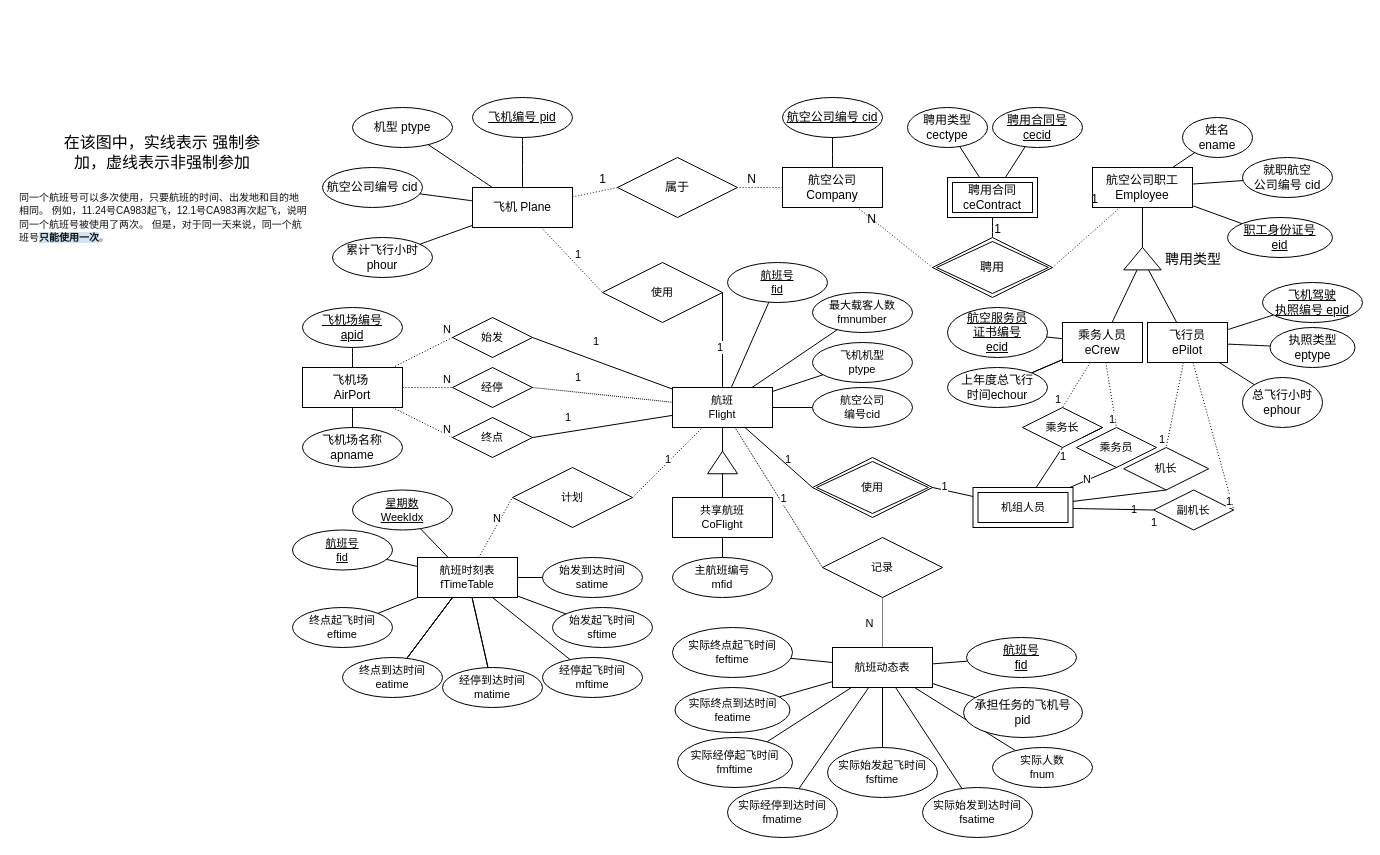
Above: dbhw04-map.drawio in MojoisMojo/Written-casually (draw.io), before the change. Source tidied: cells renumbered, new cells numbered last; positions are measured from the earlier drawing's top-left corner, leaving out a move shared by most shapes. Both pictures are drawn from the tidied source at 100%, with x=0, y=0 at pixel (17, 97).
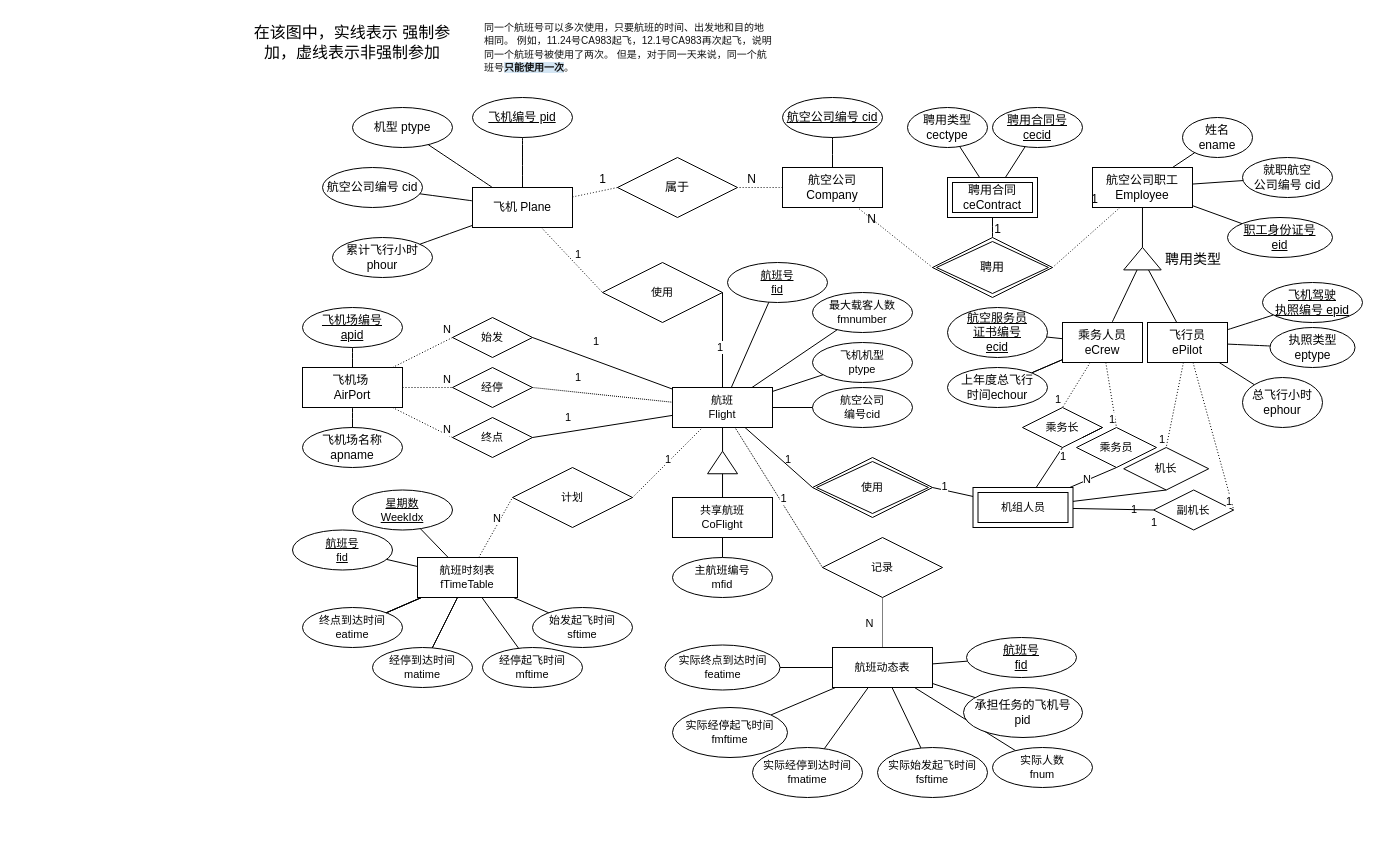
The same diagram, later.

The change refers to these unchanged cells:
```xml
<mxCell id="103" value="航班动态表" style="whiteSpace=wrap;html=1;align=center;fontFamily=Helvetica;fontSize=11;fontColor=default;labelBackgroundColor=default;" parent="1" vertex="1">
  <mxGeometry x="815" y="550" width="100" height="40" as="geometry" />
</mxCell>
```

Change to the diagram source:
```diff
@@
     <mxCell id="6" value="在该图中，实线表示 强制参加，虚线表示非强制参加" style="text;html=1;align=center;verticalAlign=middle;whiteSpace=wrap;rounded=0;fontSize=16;" parent="1" vertex="1">
-      <mxGeometry x="45" y="30" width="200" height="50" as="geometry" />
+      <mxGeometry x="235" y="-80" width="200" height="50" as="geometry" />
     </mxCell>
@@
     <mxCell id="66" value="&lt;font style=&quot;font-size: 10px;&quot;&gt;&lt;span style=&quot;color: rgb(17, 17, 17); font-family: &amp;quot;Microsoft YaHei&amp;quot;, Arial, Helvetica, sans-serif;&quot;&gt;同一个航班号可以多次使用，只要航班的时间、出发地和目的地相同。 例如，11.24号CA983起飞，12.1号CA983再次起飞，说明同一个航班号被使用了两次。 但是，对于同一天来说，同一个航班号&lt;/span&gt;&lt;span style=&quot;font-weight: 700; background-color: rgba(16, 110, 190, 0.18); color: rgb(17, 17, 17); font-family: &amp;quot;Microsoft YaHei&amp;quot;, Arial, Helvetica, sans-serif;&quot;&gt;只能使用一次&lt;/span&gt;&lt;span style=&quot;color: rgb(17, 17, 17); font-family: &amp;quot;Microsoft YaHei&amp;quot;, Arial, Helvetica, sans-serif;&quot;&gt;。&lt;/span&gt;&lt;/font&gt;" style="text;html=1;align=left;verticalAlign=middle;whiteSpace=wrap;rounded=0;fontFamily=Helvetica;fontSize=11;fontColor=default;labelBackgroundColor=default;" parent="1" vertex="1">
-      <mxGeometry y="90" width="290" height="60" as="geometry" />
+      <mxGeometry x="465" y="-80" width="290" height="60" as="geometry" />
     </mxCell>
@@
     <mxCell id="143" value="实际始发起飞时间&lt;div&gt;fsftime&lt;/div&gt;" style="ellipse;whiteSpace=wrap;html=1;align=center;fontFamily=Helvetica;fontSize=11;fontColor=default;labelBackgroundColor=default;" parent="1" vertex="1">
-      <mxGeometry x="810" y="650" width="110" height="50" as="geometry" />
+      <mxGeometry x="860" y="650" width="110" height="50" as="geometry" />
     </mxCell>
@@
     <mxCell id="145" value="实际经停起飞时间&lt;div&gt;fmftime&lt;/div&gt;" style="ellipse;whiteSpace=wrap;html=1;align=center;fontFamily=Helvetica;fontSize=11;fontColor=default;labelBackgroundColor=default;" parent="1" vertex="1">
-      <mxGeometry x="660" y="640" width="115" height="50" as="geometry" />
+      <mxGeometry x="655" y="610" width="115" height="50" as="geometry" />
     </mxCell>
@@
     <mxCell id="147" value="实际经停到达时间&lt;div&gt;fmatime&lt;/div&gt;" style="ellipse;whiteSpace=wrap;html=1;align=center;fontFamily=Helvetica;fontSize=11;fontColor=default;labelBackgroundColor=default;" parent="1" vertex="1">
-      <mxGeometry x="710" y="690" width="110" height="50" as="geometry" />
+      <mxGeometry x="735" y="650" width="110" height="50" as="geometry" />
     </mxCell>
-    <mxCell id="148" style="edgeStyle=none;rounded=0;jettySize=auto;html=1;strokeColor=default;align=center;verticalAlign=middle;fontFamily=Helvetica;fontSize=11;fontColor=default;labelBackgroundColor=default;endArrow=none;endFill=0;" parent="1" edge="1" source="149" target="103">
-      <mxGeometry relative="1" as="geometry" />
-    </mxCell>
-    <mxCell id="149" value="实际终点起飞时间&lt;div&gt;feftime&lt;/div&gt;" style="ellipse;whiteSpace=wrap;html=1;align=center;fontFamily=Helvetica;fontSize=11;fontColor=default;labelBackgroundColor=default;" parent="1" vertex="1">
-      <mxGeometry x="655" y="530" width="120" height="50" as="geometry" />
-    </mxCell>
@@
     <mxCell id="151" value="实际终点到达时间&lt;div&gt;featime&lt;/div&gt;" style="ellipse;whiteSpace=wrap;html=1;align=center;fontFamily=Helvetica;fontSize=11;fontColor=default;labelBackgroundColor=default;" parent="1" vertex="1">
-      <mxGeometry x="657.5" y="590" width="115" height="45" as="geometry" />
+      <mxGeometry x="647.5" y="547.5" width="115" height="45" as="geometry" />
     </mxCell>
-    <mxCell id="152" style="edgeStyle=none;rounded=0;jettySize=auto;html=1;strokeColor=default;align=center;verticalAlign=middle;fontFamily=Helvetica;fontSize=11;fontColor=default;labelBackgroundColor=default;endArrow=none;endFill=0;" parent="1" edge="1" source="153" target="103">
-      <mxGeometry relative="1" as="geometry" />
-    </mxCell>
-    <mxCell id="153" value="实际始发到达时间&lt;div&gt;fsatime&lt;/div&gt;" style="ellipse;whiteSpace=wrap;html=1;align=center;fontFamily=Helvetica;fontSize=11;fontColor=default;labelBackgroundColor=default;" parent="1" vertex="1">
-      <mxGeometry x="905" y="690" width="110" height="50" as="geometry" />
-    </mxCell>
@@
-    <mxCell id="164" style="group;" parent="1" vertex="1">
-      <mxGeometry x="275" y="392.5" width="360" height="217.5" as="geometry" />
-    </mxCell>
+    <mxCell id="185" style="group;" parent="1" vertex="1">
+      <mxGeometry x="275" y="392.5" width="340" height="197.5" as="geometry" />
+    </mxCell>
-    <mxCell id="165" value="航班时刻表fTimeTable" style="whiteSpace=wrap;html=1;align=center;fontFamily=Helvetica;fontSize=11;fontColor=default;labelBackgroundColor=default;" parent="164" vertex="1">
+    <mxCell id="165" value="航班时刻表fTimeTable" style="whiteSpace=wrap;html=1;align=center;fontFamily=Helvetica;fontSize=11;fontColor=default;labelBackgroundColor=default;" parent="185" vertex="1">
       <mxGeometry x="125" y="67.5" width="100" height="40" as="geometry" />
     </mxCell>
-    <mxCell id="166" value="星期数&lt;div&gt;WeekIdx&lt;/div&gt;" style="ellipse;whiteSpace=wrap;html=1;align=center;fontStyle=4;fontFamily=Helvetica;fontSize=11;fontColor=default;labelBackgroundColor=default;" parent="164" vertex="1">
+    <mxCell id="166" value="星期数&lt;div&gt;WeekIdx&lt;/div&gt;" style="ellipse;whiteSpace=wrap;html=1;align=center;fontStyle=4;fontFamily=Helvetica;fontSize=11;fontColor=default;labelBackgroundColor=default;" parent="185" vertex="1">
       <mxGeometry x="60" width="100" height="40" as="geometry" />
     </mxCell>
-    <mxCell id="167" value="航班号&lt;div&gt;fid&lt;/div&gt;" style="ellipse;whiteSpace=wrap;html=1;align=center;fontStyle=4;fontFamily=Helvetica;fontSize=11;fontColor=default;labelBackgroundColor=default;" parent="164" vertex="1">
+    <mxCell id="167" value="航班号&lt;div&gt;fid&lt;/div&gt;" style="ellipse;whiteSpace=wrap;html=1;align=center;fontStyle=4;fontFamily=Helvetica;fontSize=11;fontColor=default;labelBackgroundColor=default;" parent="185" vertex="1">
       <mxGeometry y="40" width="100" height="40" as="geometry" />
     </mxCell>
-    <mxCell id="168" value="始发起飞时间&lt;div&gt;sftime&lt;/div&gt;" style="ellipse;whiteSpace=wrap;html=1;align=center;fontFamily=Helvetica;fontSize=11;fontColor=default;labelBackgroundColor=default;" parent="164" vertex="1">
-      <mxGeometry x="260" y="117.5" width="100" height="40" as="geometry" />
+    <mxCell id="168" value="始发起飞时间&lt;div&gt;sftime&lt;/div&gt;" style="ellipse;whiteSpace=wrap;html=1;align=center;fontFamily=Helvetica;fontSize=11;fontColor=default;labelBackgroundColor=default;" parent="185" vertex="1">
+      <mxGeometry x="240" y="117.5" width="100" height="40" as="geometry" />
     </mxCell>
-    <mxCell id="169" value="经停起飞时间&lt;div&gt;mftime&lt;/div&gt;" style="ellipse;whiteSpace=wrap;html=1;align=center;fontFamily=Helvetica;fontSize=11;fontColor=default;labelBackgroundColor=default;" parent="164" vertex="1">
-      <mxGeometry x="250" y="167.5" width="100" height="40" as="geometry" />
+    <mxCell id="169" value="经停起飞时间&lt;div&gt;mftime&lt;/div&gt;" style="ellipse;whiteSpace=wrap;html=1;align=center;fontFamily=Helvetica;fontSize=11;fontColor=default;labelBackgroundColor=default;" parent="185" vertex="1">
+      <mxGeometry x="190" y="157.5" width="100" height="40" as="geometry" />
     </mxCell>
-    <mxCell id="170" value="经停到达时间&lt;div&gt;matime&lt;/div&gt;" style="ellipse;whiteSpace=wrap;html=1;align=center;fontFamily=Helvetica;fontSize=11;fontColor=default;labelBackgroundColor=default;" parent="164" vertex="1">
-      <mxGeometry x="150" y="177.5" width="100" height="40" as="geometry" />
+    <mxCell id="170" value="经停到达时间&lt;div&gt;matime&lt;/div&gt;" style="ellipse;whiteSpace=wrap;html=1;align=center;fontFamily=Helvetica;fontSize=11;fontColor=default;labelBackgroundColor=default;" parent="185" vertex="1">
+      <mxGeometry x="80" y="157.5" width="100" height="40" as="geometry" />
     </mxCell>
-    <mxCell id="171" value="终点起飞时间&lt;div&gt;eftime&lt;/div&gt;" style="ellipse;whiteSpace=wrap;html=1;align=center;fontFamily=Helvetica;fontSize=11;fontColor=default;labelBackgroundColor=default;" parent="164" vertex="1">
-      <mxGeometry y="117.5" width="100" height="40" as="geometry" />
-    </mxCell>
-    <mxCell id="172" value="终点到达时间&lt;div&gt;eatime&lt;/div&gt;" style="ellipse;whiteSpace=wrap;html=1;align=center;fontFamily=Helvetica;fontSize=11;fontColor=default;labelBackgroundColor=default;" parent="164" vertex="1">
-      <mxGeometry x="50" y="167.5" width="100" height="40" as="geometry" />
+    <mxCell id="172" value="终点到达时间&lt;div&gt;eatime&lt;/div&gt;" style="ellipse;whiteSpace=wrap;html=1;align=center;fontFamily=Helvetica;fontSize=11;fontColor=default;labelBackgroundColor=default;" parent="185" vertex="1">
+      <mxGeometry x="10" y="117.5" width="100" height="40" as="geometry" />
     </mxCell>
-    <mxCell id="173" value="始发到达时间&lt;div&gt;satime&lt;/div&gt;" style="ellipse;whiteSpace=wrap;html=1;align=center;fontFamily=Helvetica;fontSize=11;fontColor=default;labelBackgroundColor=default;" parent="164" vertex="1">
-      <mxGeometry x="250" y="67.5" width="100" height="40" as="geometry" />
-    </mxCell>
-    <mxCell id="174" style="edgeStyle=none;rounded=0;jettySize=auto;html=1;strokeColor=default;align=center;verticalAlign=middle;fontFamily=Helvetica;fontSize=11;fontColor=default;labelBackgroundColor=default;endArrow=none;endFill=0;" parent="164" edge="1" source="166" target="165">
+    <mxCell id="174" style="edgeStyle=none;rounded=0;jettySize=auto;html=1;strokeColor=default;align=center;verticalAlign=middle;fontFamily=Helvetica;fontSize=11;fontColor=default;labelBackgroundColor=default;endArrow=none;endFill=0;" parent="185" edge="1" source="166" target="165">
       <mxGeometry relative="1" as="geometry" />
     </mxCell>
-    <mxCell id="175" style="edgeStyle=none;rounded=0;jettySize=auto;html=1;strokeColor=default;align=center;verticalAlign=middle;fontFamily=Helvetica;fontSize=11;fontColor=default;labelBackgroundColor=default;endArrow=none;endFill=0;" parent="164" edge="1" source="167" target="165">
+    <mxCell id="175" style="edgeStyle=none;rounded=0;jettySize=auto;html=1;strokeColor=default;align=center;verticalAlign=middle;fontFamily=Helvetica;fontSize=11;fontColor=default;labelBackgroundColor=default;endArrow=none;endFill=0;" parent="185" edge="1" source="167" target="165">
       <mxGeometry relative="1" as="geometry" />
     </mxCell>
-    <mxCell id="176" style="edgeStyle=none;rounded=0;jettySize=auto;html=1;strokeColor=default;align=center;verticalAlign=middle;fontFamily=Helvetica;fontSize=11;fontColor=default;labelBackgroundColor=default;endArrow=none;endFill=0;" parent="164" edge="1" source="165" target="168">
+    <mxCell id="176" style="edgeStyle=none;rounded=0;jettySize=auto;html=1;strokeColor=default;align=center;verticalAlign=middle;fontFamily=Helvetica;fontSize=11;fontColor=default;labelBackgroundColor=default;endArrow=none;endFill=0;" parent="185" edge="1" source="165" target="168">
       <mxGeometry relative="1" as="geometry" />
     </mxCell>
-    <mxCell id="177" style="edgeStyle=none;rounded=0;jettySize=auto;html=1;strokeColor=default;align=center;verticalAlign=middle;fontFamily=Helvetica;fontSize=11;fontColor=default;labelBackgroundColor=default;endArrow=none;endFill=0;" parent="164" edge="1" source="165" target="169">
+    <mxCell id="177" style="edgeStyle=none;rounded=0;jettySize=auto;html=1;strokeColor=default;align=center;verticalAlign=middle;fontFamily=Helvetica;fontSize=11;fontColor=default;labelBackgroundColor=default;endArrow=none;endFill=0;" parent="185" edge="1" source="165" target="169">
       <mxGeometry relative="1" as="geometry" />
     </mxCell>
-    <mxCell id="178" style="edgeStyle=none;rounded=0;jettySize=auto;html=1;strokeColor=default;align=center;verticalAlign=middle;fontFamily=Helvetica;fontSize=11;fontColor=default;labelBackgroundColor=default;endArrow=none;endFill=0;" parent="164" edge="1" source="165" target="170">
+    <mxCell id="178" style="edgeStyle=none;rounded=0;jettySize=auto;html=1;strokeColor=default;align=center;verticalAlign=middle;fontFamily=Helvetica;fontSize=11;fontColor=default;labelBackgroundColor=default;endArrow=none;endFill=0;" parent="185" edge="1" source="165" target="170">
       <mxGeometry relative="1" as="geometry" />
     </mxCell>
-    <mxCell id="179" style="edgeStyle=none;rounded=0;jettySize=auto;html=1;strokeColor=default;align=center;verticalAlign=middle;fontFamily=Helvetica;fontSize=11;fontColor=default;labelBackgroundColor=default;endArrow=none;endFill=0;" parent="164" edge="1" source="165" target="170">
+    <mxCell id="179" style="edgeStyle=none;rounded=0;jettySize=auto;html=1;strokeColor=default;align=center;verticalAlign=middle;fontFamily=Helvetica;fontSize=11;fontColor=default;labelBackgroundColor=default;endArrow=none;endFill=0;" parent="185" edge="1" source="165" target="170">
       <mxGeometry relative="1" as="geometry" />
     </mxCell>
-    <mxCell id="180" style="edgeStyle=none;rounded=0;jettySize=auto;html=1;strokeColor=default;align=center;verticalAlign=middle;fontFamily=Helvetica;fontSize=11;fontColor=default;labelBackgroundColor=default;endArrow=none;endFill=0;" parent="164" edge="1" source="165" target="171">
-      <mxGeometry relative="1" as="geometry" />
-    </mxCell>
-    <mxCell id="181" style="edgeStyle=none;rounded=0;jettySize=auto;html=1;strokeColor=default;align=center;verticalAlign=middle;fontFamily=Helvetica;fontSize=11;fontColor=default;labelBackgroundColor=default;endArrow=none;endFill=0;" parent="164" edge="1" source="165" target="172">
+    <mxCell id="181" style="edgeStyle=none;rounded=0;jettySize=auto;html=1;strokeColor=default;align=center;verticalAlign=middle;fontFamily=Helvetica;fontSize=11;fontColor=default;labelBackgroundColor=default;endArrow=none;endFill=0;" parent="185" edge="1" source="165" target="172">
       <mxGeometry relative="1" as="geometry" />
     </mxCell>
-    <mxCell id="182" style="edgeStyle=none;rounded=0;jettySize=auto;html=1;strokeColor=default;align=center;verticalAlign=middle;fontFamily=Helvetica;fontSize=11;fontColor=default;labelBackgroundColor=default;endArrow=none;endFill=0;" parent="164" edge="1" source="165" target="172">
+    <mxCell id="182" style="edgeStyle=none;rounded=0;jettySize=auto;html=1;strokeColor=default;align=center;verticalAlign=middle;fontFamily=Helvetica;fontSize=11;fontColor=default;labelBackgroundColor=default;endArrow=none;endFill=0;" parent="185" edge="1" source="165" target="172">
       <mxGeometry relative="1" as="geometry" />
     </mxCell>
-    <mxCell id="183" style="edgeStyle=none;rounded=0;jettySize=auto;html=1;strokeColor=default;align=center;verticalAlign=middle;fontFamily=Helvetica;fontSize=11;fontColor=default;labelBackgroundColor=default;endArrow=none;endFill=0;" parent="164" edge="1" source="165" target="172">
+    <mxCell id="183" style="edgeStyle=none;rounded=0;jettySize=auto;html=1;strokeColor=default;align=center;verticalAlign=middle;fontFamily=Helvetica;fontSize=11;fontColor=default;labelBackgroundColor=default;endArrow=none;endFill=0;" parent="185" edge="1" source="165" target="172">
       <mxGeometry relative="1" as="geometry" />
     </mxCell>
-    <mxCell id="184" style="edgeStyle=none;rounded=0;jettySize=auto;html=1;strokeColor=default;align=center;verticalAlign=middle;fontFamily=Helvetica;fontSize=11;fontColor=default;labelBackgroundColor=default;endArrow=none;endFill=0;" parent="164" edge="1" source="165" target="173">
-      <mxGeometry relative="1" as="geometry" />
-    </mxCell>
```
